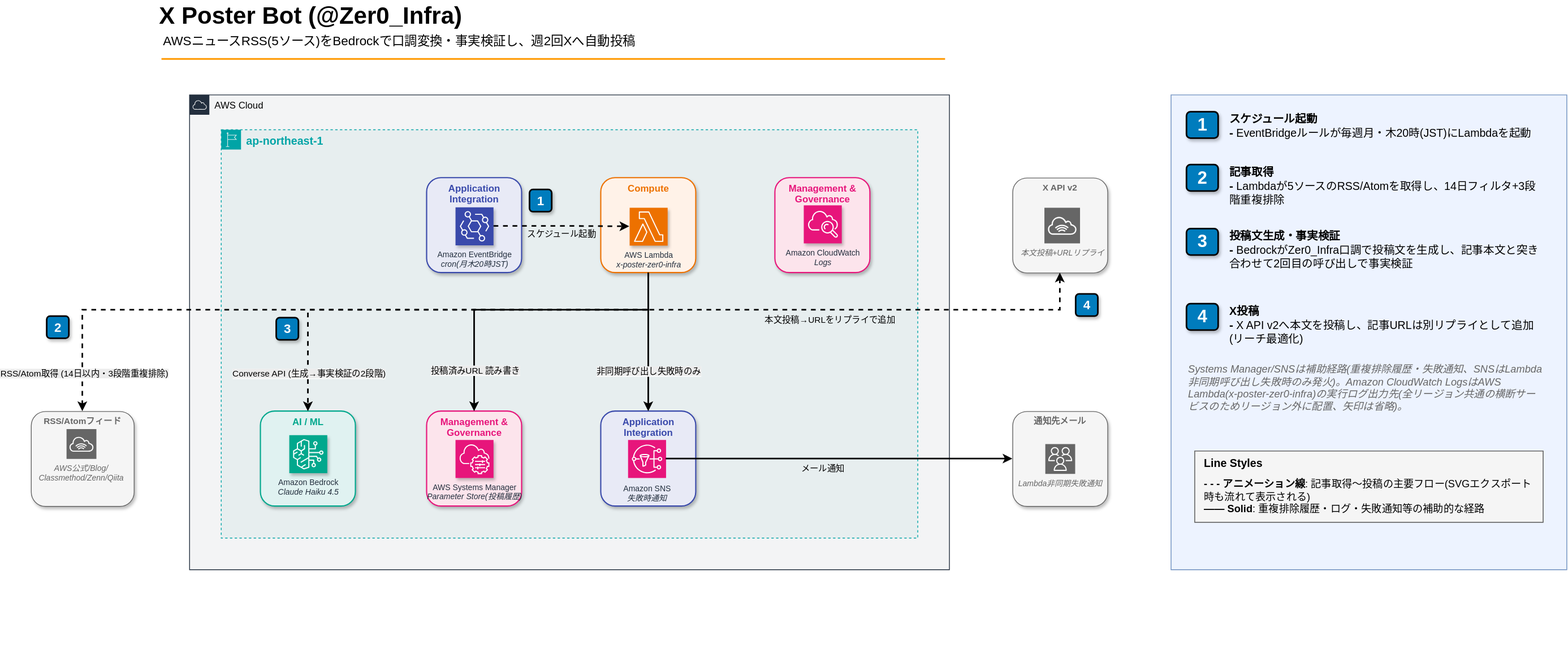
Earlier version of the draw.io export 001_x-poster-zer0-infra/images/001_architecture_plugin.drawio.svg (Zer0-1179/Zer0-public). Source tidied: cells renumbered, new cells last; positions are measured from the earlier drawing's top-left corner, leaving out a move shared by most shapes.
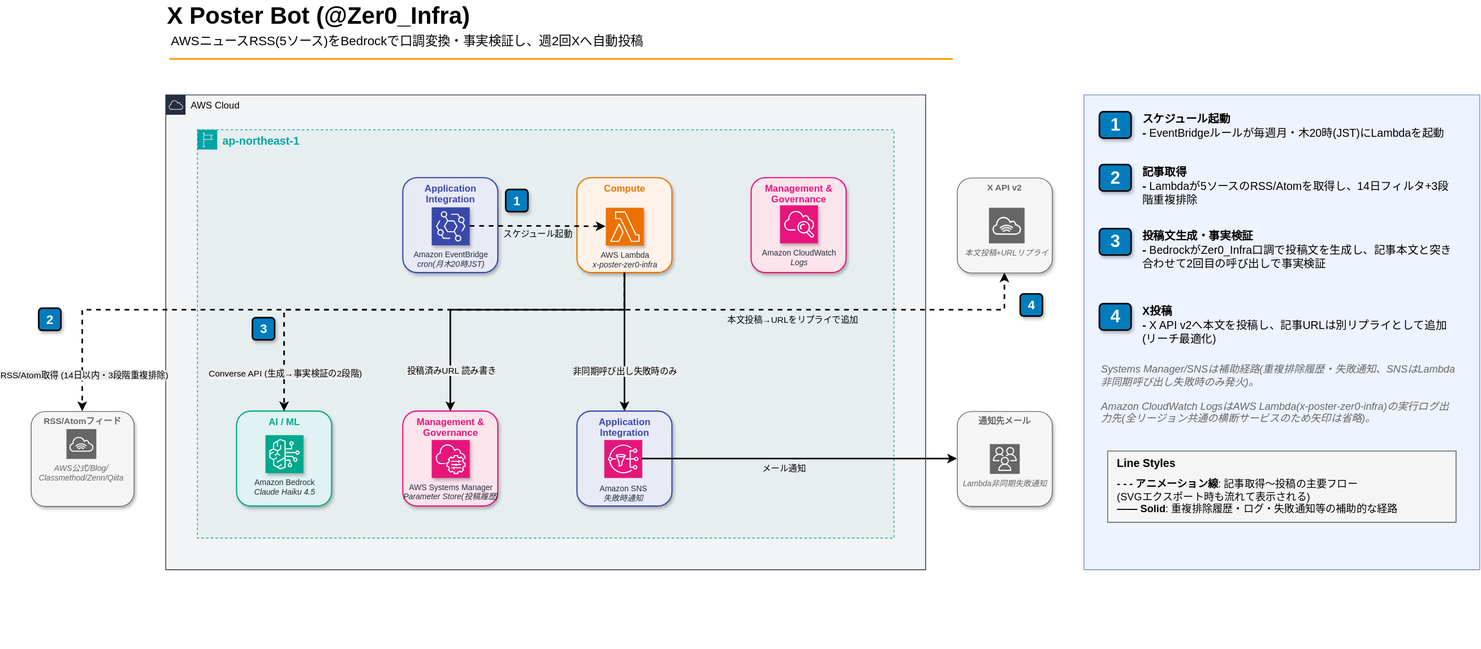
After the commit.

The edit, as a diff of the source:
```diff
@@ -3,7 +3,7 @@
     <mxCell id="0" />
     <mxCell id="1" parent="0" />
     <mxCell id="2" style="group;fontFamily=Helvetica;" parent="1" vertex="1">
-      <mxGeometry x="160" width="1000" height="83" as="geometry" />
+      <mxGeometry x="200" width="1000" height="83" as="geometry" />
     </mxCell>
     <mxCell id="3" value="X Poster Bot (@Zer0_Infra)" style="text;html=1;align=left;verticalAlign=top;spacingTop=-4;fontSize=30;fontStyle=1;fontFamily=Helvetica;" parent="2" vertex="1">
       <mxGeometry width="700" height="42" as="geometry" />
@@ -51,19 +51,19 @@
       <mxGeometry x="34" y="36" width="48" height="48" as="geometry" />
     </mxCell>
     <mxCell id="18" value="RSS/Atomフィード" style="fillColor=#f5f5f5;strokeColor=light-dark(#666666,#D4D4D4);rounded=1;whiteSpace=wrap;html=1;verticalAlign=top;fontStyle=1;fontSize=11;fontColor=#666666;fontFamily=Helvetica;shadow=1;strokeWidth=1;" parent="1" vertex="1">
-      <mxGeometry y="520" width="130" height="120" as="geometry" />
+      <mxGeometry x="30" y="520" width="130" height="120" as="geometry" />
     </mxCell>
     <mxCell id="19" value="&lt;div&gt;&lt;i&gt;AWS公式/Blog/&lt;/i&gt;&lt;/div&gt;&lt;div&gt;&lt;i&gt;Classmethod/Zenn/Qiita&lt;/i&gt;&lt;/div&gt;" style="sketch=0;fontColor=#666666;fillColor=#666666;strokeColor=#ffffff;dashed=0;verticalLabelPosition=bottom;verticalAlign=top;align=center;html=1;fontSize=10;fontStyle=0;shape=mxgraph.aws4.resourceIcon;resIcon=mxgraph.aws4.internet_alt1;fontFamily=Helvetica;" parent="18" vertex="1">
       <mxGeometry x="44.6" y="22.3" width="37.7" height="37.7" as="geometry" />
     </mxCell>
     <mxCell id="20" value="X API v2" style="fillColor=#f5f5f5;strokeColor=light-dark(#666666,#D4D4D4);rounded=1;whiteSpace=wrap;html=1;verticalAlign=top;fontStyle=1;fontSize=11;fontColor=#666666;fontFamily=Helvetica;shadow=1;strokeWidth=1;" parent="1" vertex="1">
-      <mxGeometry x="1240" y="225" width="120" height="120" as="geometry" />
+      <mxGeometry x="1200" y="225" width="120" height="120" as="geometry" />
     </mxCell>
     <mxCell id="21" value="&lt;div&gt;&lt;i&gt;本文投稿+URLリプライ&lt;/i&gt;&lt;/div&gt;" style="sketch=0;fontColor=#666666;fillColor=#666666;strokeColor=#ffffff;dashed=0;verticalLabelPosition=bottom;verticalAlign=top;align=center;html=1;fontSize=10;fontStyle=0;shape=mxgraph.aws4.resourceIcon;resIcon=mxgraph.aws4.internet_alt1;fontFamily=Helvetica;" parent="20" vertex="1">
       <mxGeometry x="40" y="37.5" width="45" height="45" as="geometry" />
     </mxCell>
     <mxCell id="22" value="通知先メール" style="fillColor=#f5f5f5;strokeColor=light-dark(#666666,#D4D4D4);rounded=1;whiteSpace=wrap;html=1;verticalAlign=top;fontStyle=1;fontSize=11;fontColor=#666666;fontFamily=Helvetica;shadow=1;strokeWidth=1;" parent="1" vertex="1">
-      <mxGeometry x="1240" y="520" width="120" height="120" as="geometry" />
+      <mxGeometry x="1200" y="520" width="120" height="120" as="geometry" />
     </mxCell>
     <mxCell id="23" value="&lt;div&gt;&lt;i&gt;Lambda非同期失敗通知&lt;/i&gt;&lt;/div&gt;" style="sketch=0;fontColor=#666666;fillColor=#666666;strokeColor=#ffffff;dashed=0;verticalLabelPosition=bottom;verticalAlign=top;align=center;html=1;fontSize=10;fontStyle=0;shape=mxgraph.aws4.resourceIcon;resIcon=mxgraph.aws4.users;fontFamily=Helvetica;" parent="22" vertex="1">
       <mxGeometry x="41.1" y="41.1" width="37.7" height="37.7" as="geometry" />
@@ -80,13 +80,13 @@
       </mxGeometry>
     </mxCell>
     <mxCell id="27" value="2" style="rounded=1;whiteSpace=wrap;html=1;fillColor=#007CBD;strokeColor=default;fontColor=#FFFFFF;fontStyle=1;fontSize=16;fontFamily=Helvetica;shadow=1;glass=0;strokeWidth=2;align=center;verticalAlign=middle;labelBackgroundColor=none;" parent="1" vertex="1">
-      <mxGeometry x="20" y="400" width="28" height="28" as="geometry" />
+      <mxGeometry x="40" y="390" width="28" height="28" as="geometry" />
     </mxCell>
     <mxCell id="28" style="edgeStyle=orthogonalEdgeStyle;rounded=0;jettySize=auto;html=1;fontFamily=Helvetica;exitX=0.5;exitY=1;exitDx=0;exitDy=0;entryX=0.5;entryY=0;entryDx=0;entryDy=0;dashed=1;flowAnimation=1;strokeWidth=2;" parent="1" edge="1" source="10" target="18">
       <mxGeometry relative="1" as="geometry">
         <Array as="points">
           <mxPoint x="780" y="392" />
-          <mxPoint x="65" y="392" />
+          <mxPoint x="95" y="392" />
         </Array>
       </mxGeometry>
     </mxCell>
@@ -110,13 +110,13 @@
       </mxGeometry>
     </mxCell>
     <mxCell id="33" value="4" style="rounded=1;whiteSpace=wrap;html=1;fillColor=#007CBD;strokeColor=default;fontColor=#FFFFFF;fontStyle=1;fontSize=16;fontFamily=Helvetica;shadow=1;glass=0;strokeWidth=2;align=center;verticalAlign=middle;labelBackgroundColor=none;" parent="1" vertex="1">
-      <mxGeometry x="1320" y="372" width="28" height="28" as="geometry" />
+      <mxGeometry x="1280" y="372" width="28" height="28" as="geometry" />
     </mxCell>
     <mxCell id="34" style="edgeStyle=orthogonalEdgeStyle;rounded=0;jettySize=auto;html=1;fontFamily=Helvetica;exitX=0.5;exitY=1;exitDx=0;exitDy=0;entryX=0.5;entryY=1;entryDx=0;entryDy=0;dashed=1;flowAnimation=1;strokeWidth=2;" parent="1" edge="1" source="10" target="20">
       <mxGeometry relative="1" as="geometry">
         <Array as="points">
           <mxPoint x="780" y="392" />
-          <mxPoint x="1300" y="392" />
+          <mxPoint x="1260" y="392" />
         </Array>
       </mxGeometry>
     </mxCell>
@@ -147,7 +147,7 @@
       <mxGeometry x="-0.1" y="-12" relative="1" as="geometry" />
     </mxCell>
     <mxCell id="42" style="group;" parent="1" vertex="1">
-      <mxGeometry x="1440" y="120" width="500" height="700" as="geometry" />
+      <mxGeometry x="1360" y="120" width="500" height="700" as="geometry" />
     </mxCell>
     <mxCell id="43" style="verticalLabelPosition=bottom;verticalAlign=top;html=1;shape=mxgraph.basic.rect;fillColor2=none;strokeWidth=1;size=20;indent=5;fillColor=light-dark(#EDF3FF,#305363);strokeColor=#6c8ebf;" parent="42" vertex="1">
       <mxGeometry width="500" height="600" as="geometry" />
@@ -191,7 +191,7 @@
     <mxCell id="56" value="&lt;div&gt;&lt;b&gt;X投稿&lt;/b&gt;&lt;/div&gt;&lt;div&gt;&lt;span style=&quot;color: light-dark(rgb(0,0,0), rgb(255,255,255));&quot;&gt;&lt;b&gt;&lt;font style=&quot;font-size: 15px;&quot;&gt;-&lt;/font&gt; &lt;/b&gt;X API v2へ本文を投稿し、記事URLは別リプライとして追加(リーチ最適化)&lt;/span&gt;&lt;/div&gt;" style="text;html=1;align=left;verticalAlign=top;spacingTop=-4;fontSize=14;labelBackgroundColor=none;whiteSpace=wrap;fontFamily=Helvetica;" parent="54" vertex="1">
       <mxGeometry x="52" width="398" height="66.8" as="geometry" />
     </mxCell>
-    <mxCell id="57" value="&lt;i&gt;Systems Manager/SNSは補助経路(重複排除履歴・失敗通知、SNSはLambda非同期呼び出し失敗時のみ発火)。Amazon CloudWatch LogsはAWS Lambda(x-poster-zer0-infra)の実行ログ出力先(全リージョン共通の横断サービスのためリージョン外に配置、矢印は省略)。&lt;/i&gt;" style="text;html=1;align=left;verticalAlign=top;spacingTop=-4;fontSize=13;fontStyle=2;labelBackgroundColor=none;whiteSpace=wrap;fontFamily=Helvetica;fontColor=light-dark(#666666,#CCCCCC);" parent="44" vertex="1">
+    <mxCell id="57" value="&lt;i&gt;Systems Manager/SNSは補助経路(重複排除履歴・失敗通知、SNSはLambda非同期呼び出し失敗時のみ発火)。&lt;/i&gt;&lt;div&gt;&lt;i&gt;&lt;br&gt;&lt;/i&gt;&lt;/div&gt;&lt;div&gt;&lt;i&gt;Amazon CloudWatch LogsはAWS Lambda(x-poster-zer0-infra)の実行ログ出力先(全リージョン共通の横断サービスのため矢印は省略)。&lt;/i&gt;&lt;/div&gt;" style="text;html=1;align=left;verticalAlign=top;spacingTop=-4;fontSize=13;fontStyle=2;labelBackgroundColor=none;whiteSpace=wrap;fontFamily=Helvetica;fontColor=light-dark(#666666,#CCCCCC);" parent="44" vertex="1">
       <mxGeometry y="316.4" width="450" height="90" as="geometry" />
     </mxCell>
     <mxCell id="58" style="group;fontFamily=Helvetica;fillColor=light-dark(#F5F5F5,#29393B);strokeColor=#666666;" parent="42" vertex="1">
@@ -203,7 +203,7 @@
     <mxCell id="60" value="Line Styles" style="text;html=1;align=left;verticalAlign=top;spacingTop=-4;fontSize=14;fontStyle=1;labelBackgroundColor=none;whiteSpace=wrap;fontFamily=Helvetica;" parent="58" vertex="1">
       <mxGeometry x="10" y="5" width="200" height="25" as="geometry" />
     </mxCell>
-    <mxCell id="61" value="&lt;div&gt;&lt;b&gt;- - - アニメーション線&lt;/b&gt;: 記事取得〜投稿の主要フロー(SVGエクスポート時も流れて表示される)&lt;/div&gt;&lt;div&gt;&lt;b&gt;—— Solid&lt;/b&gt;: 重複排除履歴・ログ・失敗通知等の補助的な経路&lt;/div&gt;" style="text;html=1;align=left;verticalAlign=top;spacingTop=-4;fontSize=13;labelBackgroundColor=none;whiteSpace=wrap;fontFamily=Helvetica;" parent="58" vertex="1">
+    <mxCell id="61" value="&lt;div&gt;&lt;b&gt;- - - アニメーション線&lt;/b&gt;: 記事取得〜投稿の主要フロー&lt;/div&gt;&lt;div&gt;(SVGエクスポート時も流れて表示される)&lt;/div&gt;&lt;div&gt;&lt;b&gt;—— Solid&lt;/b&gt;: 重複排除履歴・ログ・失敗通知等の補助的な経路&lt;/div&gt;" style="text;html=1;align=left;verticalAlign=top;spacingTop=-4;fontSize=13;labelBackgroundColor=none;whiteSpace=wrap;fontFamily=Helvetica;" parent="58" vertex="1">
       <mxGeometry x="10" y="32" width="420" height="50" as="geometry" />
     </mxCell>
     <mxCell id="62" value="Management &amp; Governance" style="fillColor=#FCE4EC;strokeColor=#E7157B;rounded=1;whiteSpace=wrap;html=1;verticalAlign=top;fontStyle=1;fontSize=12;fontColor=#E7157B;fontFamily=Helvetica;shadow=1;strokeWidth=1.5;" parent="1" vertex="1">
```
